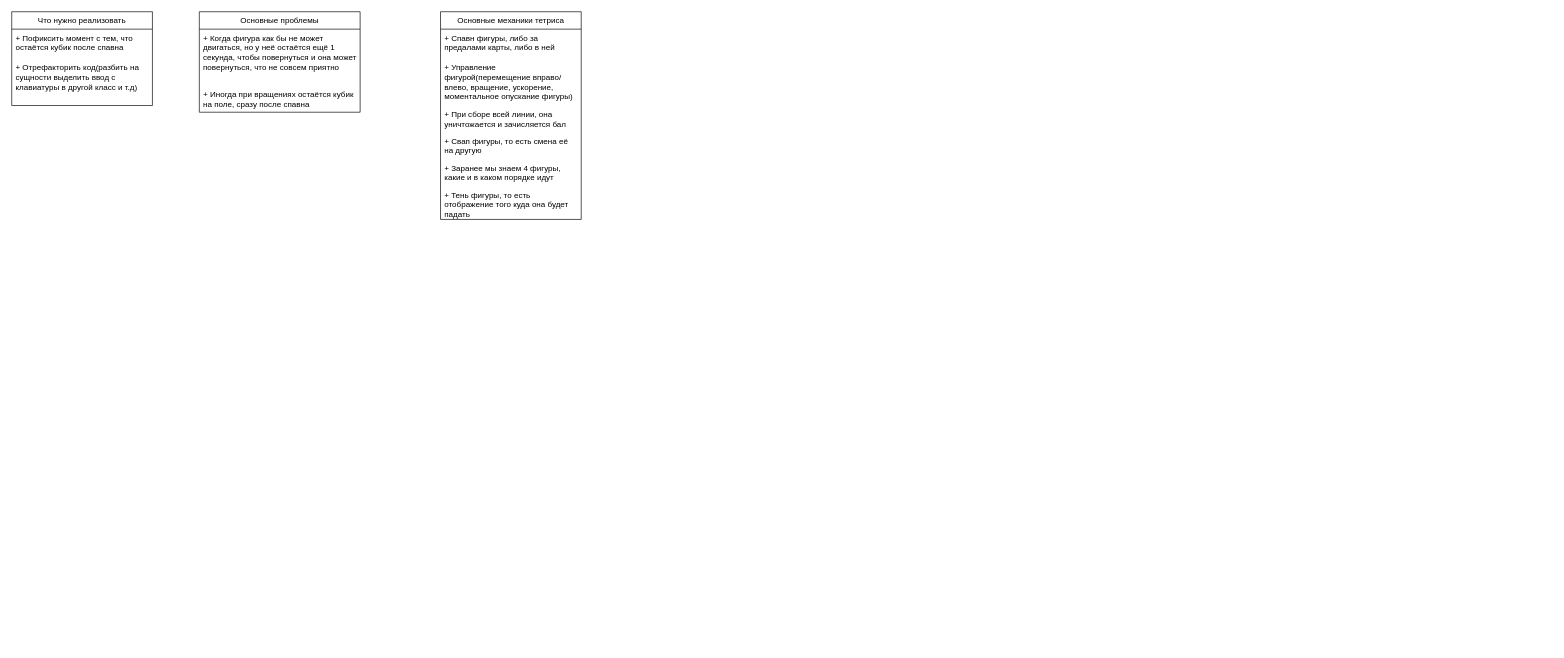
Before: TetrisGame.drawio in Bablakov/Tetris, a draw.io diagram. Source tidied: cells renumbered, new cells numbered last; positions are measured from the earlier drawing's top-left corner, leaving out a move shared by most shapes. Both pictures are drawn from the tidied source at 67%, with x=0, y=0 at pixel (11, 11).
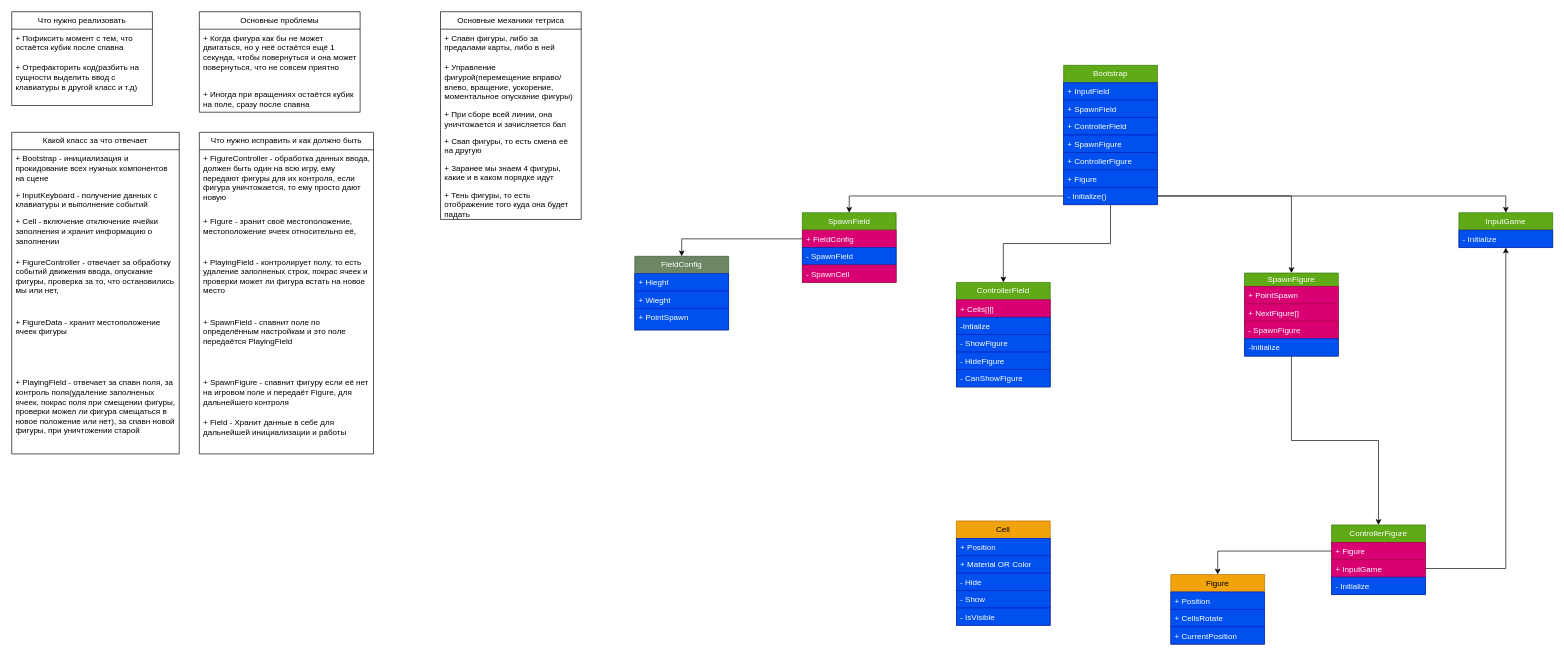
The same page after the edit.

What changed in the source:
```diff
@@
+    <mxCell id="15" value="Какой класс за что отвечает" style="swimlane;fontStyle=0;horizontal=1;startSize=26;fillColor=none;whiteSpace=wrap;html=1;" parent="1" vertex="1">
+      <mxGeometry y="180" width="250" height="480" as="geometry" />
+    </mxCell>
+    <mxCell id="16" value="+ Bootstrap - инициализация и прокидование всех нужных компонентов на сцене" style="text;strokeColor=none;fillColor=none;align=left;verticalAlign=top;spacingLeft=4;spacingRight=4;overflow=hidden;whiteSpace=wrap;html=1;" parent="15" vertex="1">
+      <mxGeometry y="26" width="250" height="54" as="geometry" />
+    </mxCell>
+    <mxCell id="17" value="+ InputKeyboard - получение данных с клавиатуры и выполнение событий" style="text;strokeColor=none;fillColor=none;align=left;verticalAlign=top;spacingLeft=4;spacingRight=4;overflow=hidden;whiteSpace=wrap;html=1;" parent="15" vertex="1">
+      <mxGeometry y="80" width="250" height="40" as="geometry" />
+    </mxCell>
+    <mxCell id="18" value="+ Cell - включение отключение ячейки заполнения и хранит информацию о заполнении" style="text;strokeColor=none;fillColor=none;align=left;verticalAlign=top;spacingLeft=4;spacingRight=4;overflow=hidden;whiteSpace=wrap;html=1;" parent="15" vertex="1">
+      <mxGeometry y="120" width="250" height="60" as="geometry" />
+    </mxCell>
+    <mxCell id="19" value="+ FigureController - отвечает за обработку событий движения ввода, опускание фигуры, проверка за то, что остановились мы или нет," style="text;strokeColor=none;fillColor=none;align=left;verticalAlign=top;spacingLeft=4;spacingRight=4;overflow=hidden;whiteSpace=wrap;html=1;" parent="15" vertex="1">
+      <mxGeometry y="180" width="250" height="90" as="geometry" />
+    </mxCell>
+    <mxCell id="20" value="+ FigureData - хранит местоположение ячеек фигуры" style="text;strokeColor=none;fillColor=none;align=left;verticalAlign=top;spacingLeft=4;spacingRight=4;overflow=hidden;whiteSpace=wrap;html=1;" parent="15" vertex="1">
+      <mxGeometry y="270" width="250" height="90" as="geometry" />
+    </mxCell>
+    <mxCell id="21" value="+ PlayingField - отвечает за спавн поля, за контроль поля(удаление заполненых ячеек, покрас поля при смещении фигуры, проверки можел ли фигура смещаться в новое положение или нет), за спавн новой фигуры, при уничтожении старой" style="text;strokeColor=none;fillColor=none;align=left;verticalAlign=top;spacingLeft=4;spacingRight=4;overflow=hidden;whiteSpace=wrap;html=1;" parent="15" vertex="1">
+      <mxGeometry y="360" width="250" height="120" as="geometry" />
+    </mxCell>
+    <mxCell id="22" value="Что нужно исправить и как должно быть" style="swimlane;fontStyle=0;horizontal=1;startSize=26;fillColor=none;whiteSpace=wrap;html=1;" parent="1" vertex="1">
+      <mxGeometry x="280" y="180" width="260" height="480" as="geometry" />
+    </mxCell>
+    <mxCell id="23" value="+ FigureController - обработка данных ввода, должен быть один на всю игру, ему передают фигуры для их контроля, если фигура уничтожается, то ему просто дают новую" style="text;strokeColor=none;fillColor=none;align=left;verticalAlign=top;spacingLeft=4;spacingRight=4;overflow=hidden;whiteSpace=wrap;html=1;" parent="22" vertex="1">
+      <mxGeometry y="26" width="260" height="94" as="geometry" />
+    </mxCell>
+    <mxCell id="24" value="+ Figure - зранит своё местоположение, местоположение ячеек относительно её,&amp;nbsp;" style="text;strokeColor=none;fillColor=none;align=left;verticalAlign=top;spacingLeft=4;spacingRight=4;overflow=hidden;whiteSpace=wrap;html=1;" parent="22" vertex="1">
+      <mxGeometry y="120" width="260" height="60" as="geometry" />
+    </mxCell>
+    <mxCell id="25" value="+ PlayingField - контролирует полу, то есть удаление заполненых строк, покрас ячеек и проверки может ли фигура встать на новое место" style="text;strokeColor=none;fillColor=none;align=left;verticalAlign=top;spacingLeft=4;spacingRight=4;overflow=hidden;whiteSpace=wrap;html=1;" parent="22" vertex="1">
+      <mxGeometry y="180" width="260" height="90" as="geometry" />
+    </mxCell>
+    <mxCell id="26" value="+ SpawnField - спавнит поле по определённым настройкам и это поле передаётся PlayingField" style="text;strokeColor=none;fillColor=none;align=left;verticalAlign=top;spacingLeft=4;spacingRight=4;overflow=hidden;whiteSpace=wrap;html=1;" parent="22" vertex="1">
+      <mxGeometry y="270" width="260" height="90" as="geometry" />
+    </mxCell>
+    <mxCell id="27" value="+ SpawnFigure - спавнит фигуру если её нет на игровом поле и передаёт Figure, для дальнейшего контроля" style="text;strokeColor=none;fillColor=none;align=left;verticalAlign=top;spacingLeft=4;spacingRight=4;overflow=hidden;whiteSpace=wrap;html=1;" parent="22" vertex="1">
+      <mxGeometry y="360" width="260" height="60" as="geometry" />
+    </mxCell>
+    <mxCell id="28" value="+ Field - Хранит данные в себе для дальнейшей инициализации и работы" style="text;strokeColor=none;fillColor=none;align=left;verticalAlign=top;spacingLeft=4;spacingRight=4;overflow=hidden;whiteSpace=wrap;html=1;" parent="22" vertex="1">
+      <mxGeometry y="420" width="260" height="60" as="geometry" />
+    </mxCell>
+    <mxCell id="29" style="edgeStyle=orthogonalEdgeStyle;rounded=0;jettySize=auto;html=1;exitX=0.5;exitY=1;exitDx=0;exitDy=0;entryX=0.5;entryY=0;entryDx=0;entryDy=0;" parent="1" edge="1" source="30" target="42">
+      <mxGeometry relative="1" as="geometry" />
+    </mxCell>
+    <mxCell id="30" value="Bootstrap" style="swimlane;fontStyle=0;horizontal=1;startSize=26;fillColor=#60a917;whiteSpace=wrap;html=1;fontColor=#ffffff;strokeColor=#2D7600;" parent="1" vertex="1">
+      <mxGeometry x="1570" y="80" width="140" height="208" as="geometry" />
+    </mxCell>
+    <mxCell id="31" value="+ InputField" style="text;strokeColor=#001DBC;fillColor=#0050ef;align=left;verticalAlign=top;spacingLeft=4;spacingRight=4;overflow=hidden;whiteSpace=wrap;html=1;fontColor=#ffffff;" parent="30" vertex="1">
+      <mxGeometry y="26" width="140" height="26" as="geometry" />
+    </mxCell>
+    <mxCell id="32" value="+ SpawnField" style="text;strokeColor=#001DBC;fillColor=#0050ef;align=left;verticalAlign=top;spacingLeft=4;spacingRight=4;overflow=hidden;whiteSpace=wrap;html=1;fontColor=#ffffff;" parent="30" vertex="1">
+      <mxGeometry y="52" width="140" height="26" as="geometry" />
+    </mxCell>
+    <mxCell id="33" value="+ ControllerField" style="text;strokeColor=#001DBC;fillColor=#0050ef;align=left;verticalAlign=top;spacingLeft=4;spacingRight=4;overflow=hidden;whiteSpace=wrap;html=1;fontColor=#ffffff;" parent="30" vertex="1">
+      <mxGeometry y="78" width="140" height="26" as="geometry" />
+    </mxCell>
+    <mxCell id="34" value="+ SpawnFigure" style="text;strokeColor=#001DBC;fillColor=#0050ef;align=left;verticalAlign=top;spacingLeft=4;spacingRight=4;overflow=hidden;whiteSpace=wrap;html=1;fontColor=#ffffff;" parent="30" vertex="1">
+      <mxGeometry y="104" width="140" height="26" as="geometry" />
+    </mxCell>
+    <mxCell id="35" value="+ ControllerFigure" style="text;strokeColor=#001DBC;fillColor=#0050ef;align=left;verticalAlign=top;spacingLeft=4;spacingRight=4;overflow=hidden;whiteSpace=wrap;html=1;fontColor=#ffffff;" parent="30" vertex="1">
+      <mxGeometry y="130" width="140" height="26" as="geometry" />
+    </mxCell>
+    <mxCell id="36" value="+ Figure" style="text;strokeColor=#001DBC;fillColor=#0050ef;align=left;verticalAlign=top;spacingLeft=4;spacingRight=4;overflow=hidden;whiteSpace=wrap;html=1;fontColor=#ffffff;" parent="30" vertex="1">
+      <mxGeometry y="156" width="140" height="26" as="geometry" />
+    </mxCell>
+    <mxCell id="37" value="- Initialize()" style="text;strokeColor=#001DBC;fillColor=#0050ef;align=left;verticalAlign=top;spacingLeft=4;spacingRight=4;overflow=hidden;points=[[0,0.5],[1,0.5]];portConstraint=eastwest;whiteSpace=wrap;html=1;fontColor=#ffffff;" parent="30" vertex="1">
+      <mxGeometry y="182" width="140" height="26" as="geometry" />
+    </mxCell>
+    <mxCell id="38" value="SpawnField" style="swimlane;fontStyle=0;horizontal=1;startSize=26;fillColor=#60a917;whiteSpace=wrap;html=1;fontColor=#ffffff;strokeColor=#2D7600;" parent="1" vertex="1">
+      <mxGeometry x="1180" y="300" width="140" height="104" as="geometry" />
+    </mxCell>
+    <mxCell id="39" value="+ FieldConfig" style="text;strokeColor=#A50040;fillColor=#d80073;align=left;verticalAlign=top;spacingLeft=4;spacingRight=4;overflow=hidden;points=[[0,0.5],[1,0.5]];portConstraint=eastwest;whiteSpace=wrap;html=1;fontColor=#ffffff;" parent="38" vertex="1">
+      <mxGeometry y="26" width="140" height="26" as="geometry" />
+    </mxCell>
+    <mxCell id="40" value="- SpawnField" style="text;strokeColor=#001DBC;fillColor=#0050ef;align=left;verticalAlign=top;spacingLeft=4;spacingRight=4;overflow=hidden;whiteSpace=wrap;html=1;fontColor=#ffffff;" parent="38" vertex="1">
+      <mxGeometry y="52" width="140" height="26" as="geometry" />
+    </mxCell>
+    <mxCell id="41" value="- SpawnCell" style="text;strokeColor=#A50040;fillColor=#d80073;align=left;verticalAlign=top;spacingLeft=4;spacingRight=4;overflow=hidden;whiteSpace=wrap;html=1;fontColor=#ffffff;" parent="38" vertex="1">
+      <mxGeometry y="78" width="140" height="26" as="geometry" />
+    </mxCell>
+    <mxCell id="42" value="ControllerField" style="swimlane;fontStyle=0;horizontal=1;startSize=26;fillColor=#60a917;whiteSpace=wrap;html=1;fontColor=#ffffff;strokeColor=#2D7600;" parent="1" vertex="1">
+      <mxGeometry x="1410" y="404" width="140" height="156" as="geometry" />
+    </mxCell>
+    <mxCell id="43" value="+ Cells[][]" style="text;strokeColor=#A50040;fillColor=#d80073;align=left;verticalAlign=top;spacingLeft=4;spacingRight=4;overflow=hidden;whiteSpace=wrap;html=1;fontColor=#ffffff;" parent="42" vertex="1">
+      <mxGeometry y="26" width="140" height="26" as="geometry" />
+    </mxCell>
+    <mxCell id="44" value="-Intialize" style="text;strokeColor=#001DBC;fillColor=#0050ef;align=left;verticalAlign=top;spacingLeft=4;spacingRight=4;overflow=hidden;whiteSpace=wrap;html=1;fontColor=#ffffff;" parent="42" vertex="1">
+      <mxGeometry y="52" width="140" height="26" as="geometry" />
+    </mxCell>
+    <mxCell id="45" value="- ShowFigure" style="text;strokeColor=#001DBC;fillColor=#0050ef;align=left;verticalAlign=top;spacingLeft=4;spacingRight=4;overflow=hidden;whiteSpace=wrap;html=1;fontColor=#ffffff;" parent="42" vertex="1">
+      <mxGeometry y="78" width="140" height="26" as="geometry" />
+    </mxCell>
+    <mxCell id="46" value="- HideFigure" style="text;strokeColor=#001DBC;fillColor=#0050ef;align=left;verticalAlign=top;spacingLeft=4;spacingRight=4;overflow=hidden;whiteSpace=wrap;html=1;fontColor=#ffffff;" parent="42" vertex="1">
+      <mxGeometry y="104" width="140" height="26" as="geometry" />
+    </mxCell>
+    <mxCell id="47" value="- CanShowFigure" style="text;strokeColor=#001DBC;fillColor=#0050ef;align=left;verticalAlign=top;spacingLeft=4;spacingRight=4;overflow=hidden;whiteSpace=wrap;html=1;fontColor=#ffffff;" parent="42" vertex="1">
+      <mxGeometry y="130" width="140" height="26" as="geometry" />
+    </mxCell>
+    <mxCell id="48" style="edgeStyle=orthogonalEdgeStyle;rounded=0;jettySize=auto;html=1;entryX=0.5;entryY=0;entryDx=0;entryDy=0;" parent="1" edge="1" source="49" target="54">
+      <mxGeometry relative="1" as="geometry" />
+    </mxCell>
+    <mxCell id="49" value="SpawnFigure" style="swimlane;fontStyle=0;horizontal=1;startSize=20;fillColor=#60a917;whiteSpace=wrap;html=1;fontColor=#ffffff;strokeColor=#2D7600;" parent="1" vertex="1">
+      <mxGeometry x="1840" y="390" width="140" height="124" as="geometry" />
+    </mxCell>
+    <mxCell id="50" value="+ PointSpawn" style="text;strokeColor=#A50040;fillColor=#d80073;align=left;verticalAlign=top;spacingLeft=4;spacingRight=4;overflow=hidden;whiteSpace=wrap;html=1;fontColor=#ffffff;" parent="49" vertex="1">
+      <mxGeometry y="20" width="140" height="26" as="geometry" />
+    </mxCell>
+    <mxCell id="51" value="+ NextFigure[]" style="text;strokeColor=#A50040;fillColor=#d80073;align=left;verticalAlign=top;spacingLeft=4;spacingRight=4;overflow=hidden;whiteSpace=wrap;html=1;fontColor=#ffffff;" parent="49" vertex="1">
+      <mxGeometry y="46" width="140" height="26" as="geometry" />
+    </mxCell>
+    <mxCell id="52" value="- SpawnFigure" style="text;strokeColor=#A50040;fillColor=#d80073;align=left;verticalAlign=top;spacingLeft=4;spacingRight=4;overflow=hidden;whiteSpace=wrap;html=1;fontColor=#ffffff;" parent="49" vertex="1">
+      <mxGeometry y="72" width="140" height="26" as="geometry" />
+    </mxCell>
+    <mxCell id="53" value="-Initialize" style="text;strokeColor=#001DBC;fillColor=#0050ef;align=left;verticalAlign=top;spacingLeft=4;spacingRight=4;overflow=hidden;whiteSpace=wrap;html=1;fontColor=#ffffff;" parent="49" vertex="1">
+      <mxGeometry y="98" width="140" height="26" as="geometry" />
+    </mxCell>
+    <mxCell id="54" value="ControllerFigure" style="swimlane;fontStyle=0;horizontal=1;startSize=26;fillColor=#60a917;whiteSpace=wrap;html=1;fontColor=#ffffff;strokeColor=#2D7600;" parent="1" vertex="1">
+      <mxGeometry x="1970" y="766" width="140" height="104" as="geometry" />
+    </mxCell>
+    <mxCell id="55" value="+ Figure" style="text;strokeColor=#A50040;fillColor=#d80073;align=left;verticalAlign=top;spacingLeft=4;spacingRight=4;overflow=hidden;points=[[0,0.5],[1,0.5]];portConstraint=eastwest;whiteSpace=wrap;html=1;fontColor=#ffffff;" parent="54" vertex="1">
+      <mxGeometry y="26" width="140" height="26" as="geometry" />
+    </mxCell>
+    <mxCell id="56" value="+ InputGame" style="text;strokeColor=#A50040;fillColor=#d80073;align=left;verticalAlign=top;spacingLeft=4;spacingRight=4;overflow=hidden;points=[[0,0.5],[1,0.5]];portConstraint=eastwest;whiteSpace=wrap;html=1;fontColor=#ffffff;" parent="54" vertex="1">
+      <mxGeometry y="52" width="140" height="26" as="geometry" />
+    </mxCell>
+    <mxCell id="57" value="- Initialize" style="text;strokeColor=#001DBC;fillColor=#0050ef;align=left;verticalAlign=top;spacingLeft=4;spacingRight=4;overflow=hidden;whiteSpace=wrap;html=1;fontColor=#ffffff;" parent="54" vertex="1">
+      <mxGeometry y="78" width="140" height="26" as="geometry" />
+    </mxCell>
+    <mxCell id="58" value="Figure" style="swimlane;fontStyle=0;horizontal=1;startSize=26;fillColor=#f0a30a;whiteSpace=wrap;html=1;fontColor=#000000;strokeColor=#BD7000;" parent="1" vertex="1">
+      <mxGeometry x="1730" y="840" width="140" height="104" as="geometry" />
+    </mxCell>
+    <mxCell id="59" value="+ Position" style="text;strokeColor=#001DBC;fillColor=#0050ef;align=left;verticalAlign=top;spacingLeft=4;spacingRight=4;overflow=hidden;whiteSpace=wrap;html=1;fontColor=#ffffff;" parent="58" vertex="1">
+      <mxGeometry y="26" width="140" height="26" as="geometry" />
+    </mxCell>
+    <mxCell id="60" value="+ CellsRotate" style="text;strokeColor=#001DBC;fillColor=#0050ef;align=left;verticalAlign=top;spacingLeft=4;spacingRight=4;overflow=hidden;whiteSpace=wrap;html=1;fontColor=#ffffff;" parent="58" vertex="1">
+      <mxGeometry y="52" width="140" height="26" as="geometry" />
+    </mxCell>
+    <mxCell id="61" value="+ CurrentPosition" style="text;strokeColor=#001DBC;fillColor=#0050ef;align=left;verticalAlign=top;spacingLeft=4;spacingRight=4;overflow=hidden;whiteSpace=wrap;html=1;fontColor=#ffffff;" parent="58" vertex="1">
+      <mxGeometry y="78" width="140" height="26" as="geometry" />
+    </mxCell>
+    <mxCell id="62" value="InputGame" style="swimlane;fontStyle=0;horizontal=1;startSize=26;fillColor=#60a917;whiteSpace=wrap;html=1;fontColor=#ffffff;strokeColor=#2D7600;" parent="1" vertex="1">
+      <mxGeometry x="2160" y="300" width="140" height="52" as="geometry" />
+    </mxCell>
+    <mxCell id="63" value="- Initialize" style="text;strokeColor=#001DBC;fillColor=#0050ef;align=left;verticalAlign=top;spacingLeft=4;spacingRight=4;overflow=hidden;whiteSpace=wrap;html=1;fontColor=#ffffff;" parent="62" vertex="1">
+      <mxGeometry y="26" width="140" height="26" as="geometry" />
+    </mxCell>
+    <mxCell id="64" style="edgeStyle=orthogonalEdgeStyle;rounded=0;jettySize=auto;html=1;exitX=1;exitY=0.5;exitDx=0;exitDy=0;entryX=0.5;entryY=0;entryDx=0;entryDy=0;" parent="1" edge="1" source="37" target="62">
+      <mxGeometry relative="1" as="geometry" />
+    </mxCell>
+    <mxCell id="65" style="edgeStyle=orthogonalEdgeStyle;rounded=0;jettySize=auto;html=1;exitX=0;exitY=0.5;exitDx=0;exitDy=0;entryX=0.5;entryY=0;entryDx=0;entryDy=0;" parent="1" edge="1" source="37" target="38">
+      <mxGeometry relative="1" as="geometry" />
+    </mxCell>
+    <mxCell id="66" value="FieldConfig" style="swimlane;fontStyle=0;horizontal=1;startSize=26;fillColor=#6d8764;whiteSpace=wrap;html=1;fontColor=#ffffff;strokeColor=#3A5431;" parent="1" vertex="1">
+      <mxGeometry x="930" y="365" width="140" height="110" as="geometry" />
+    </mxCell>
+    <mxCell id="67" value="+ Hieght" style="text;strokeColor=#001DBC;fillColor=#0050ef;align=left;verticalAlign=top;spacingLeft=4;spacingRight=4;overflow=hidden;whiteSpace=wrap;html=1;fontColor=#ffffff;" parent="66" vertex="1">
+      <mxGeometry y="26" width="140" height="26" as="geometry" />
+    </mxCell>
+    <mxCell id="68" value="+ Wieght&lt;div&gt;&lt;br&gt;&lt;/div&gt;" style="text;strokeColor=#001DBC;fillColor=#0050ef;align=left;verticalAlign=top;spacingLeft=4;spacingRight=4;overflow=hidden;whiteSpace=wrap;html=1;fontColor=#ffffff;" parent="66" vertex="1">
+      <mxGeometry y="52" width="140" height="26" as="geometry" />
+    </mxCell>
+    <mxCell id="69" value="&lt;div&gt;+ PointSpawn&lt;/div&gt;" style="text;strokeColor=#001DBC;fillColor=#0050ef;align=left;verticalAlign=top;spacingLeft=4;spacingRight=4;overflow=hidden;whiteSpace=wrap;html=1;fontColor=#ffffff;" parent="66" vertex="1">
+      <mxGeometry y="78" width="140" height="32" as="geometry" />
+    </mxCell>
+    <mxCell id="70" style="edgeStyle=orthogonalEdgeStyle;rounded=0;jettySize=auto;html=1;exitX=0;exitY=0.5;exitDx=0;exitDy=0;entryX=0.5;entryY=0;entryDx=0;entryDy=0;" parent="1" edge="1" source="39" target="66">
+      <mxGeometry relative="1" as="geometry" />
+    </mxCell>
+    <mxCell id="71" style="edgeStyle=orthogonalEdgeStyle;rounded=0;jettySize=auto;html=1;exitX=1;exitY=0.5;exitDx=0;exitDy=0;entryX=0.5;entryY=0;entryDx=0;entryDy=0;" parent="1" edge="1" source="37" target="49">
+      <mxGeometry relative="1" as="geometry" />
+    </mxCell>
+    <mxCell id="72" style="edgeStyle=orthogonalEdgeStyle;rounded=0;jettySize=auto;html=1;exitX=0;exitY=0.5;exitDx=0;exitDy=0;entryX=0.5;entryY=0;entryDx=0;entryDy=0;" parent="1" edge="1" source="55" target="58">
+      <mxGeometry relative="1" as="geometry" />
+    </mxCell>
+    <mxCell id="73" style="edgeStyle=orthogonalEdgeStyle;rounded=0;jettySize=auto;html=1;exitX=1;exitY=0.5;exitDx=0;exitDy=0;entryX=0.5;entryY=1;entryDx=0;entryDy=0;" parent="1" edge="1" source="56" target="62">
+      <mxGeometry relative="1" as="geometry" />
+    </mxCell>
+    <mxCell id="74" value="Cell" style="swimlane;fontStyle=0;horizontal=1;startSize=26;fillColor=#f0a30a;whiteSpace=wrap;html=1;fontColor=#000000;strokeColor=#BD7000;" parent="1" vertex="1">
+      <mxGeometry x="1410" y="760" width="140" height="156" as="geometry" />
+    </mxCell>
+    <mxCell id="75" value="+ Position" style="text;strokeColor=#001DBC;fillColor=#0050ef;align=left;verticalAlign=top;spacingLeft=4;spacingRight=4;overflow=hidden;whiteSpace=wrap;html=1;fontColor=#ffffff;" parent="74" vertex="1">
+      <mxGeometry y="26" width="140" height="26" as="geometry" />
+    </mxCell>
+    <mxCell id="76" value="+ Material OR Color" style="text;strokeColor=#001DBC;fillColor=#0050ef;align=left;verticalAlign=top;spacingLeft=4;spacingRight=4;overflow=hidden;whiteSpace=wrap;html=1;fontColor=#ffffff;" parent="74" vertex="1">
+      <mxGeometry y="52" width="140" height="26" as="geometry" />
+    </mxCell>
+    <mxCell id="77" value="- Hide" style="text;strokeColor=#001DBC;fillColor=#0050ef;align=left;verticalAlign=top;spacingLeft=4;spacingRight=4;overflow=hidden;whiteSpace=wrap;html=1;fontColor=#ffffff;" parent="74" vertex="1">
+      <mxGeometry y="78" width="140" height="26" as="geometry" />
+    </mxCell>
+    <mxCell id="78" value="- Show" style="text;strokeColor=#001DBC;fillColor=#0050ef;align=left;verticalAlign=top;spacingLeft=4;spacingRight=4;overflow=hidden;whiteSpace=wrap;html=1;fontColor=#ffffff;" parent="74" vertex="1">
+      <mxGeometry y="104" width="140" height="26" as="geometry" />
+    </mxCell>
+    <mxCell id="79" value="- IsVisible" style="text;strokeColor=#001DBC;fillColor=#0050ef;align=left;verticalAlign=top;spacingLeft=4;spacingRight=4;overflow=hidden;whiteSpace=wrap;html=1;fontColor=#ffffff;" parent="74" vertex="1">
+      <mxGeometry y="130" width="140" height="26" as="geometry" />
+    </mxCell>
```
